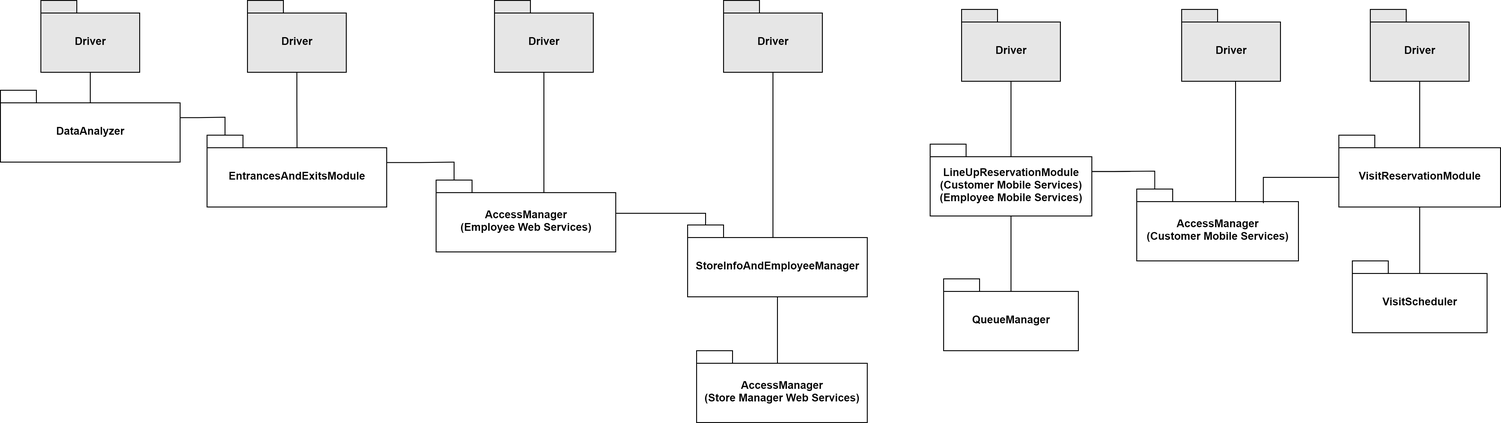
marcoDige/CLup keeps this draw.io diagram as DDworkspace/LaTeXproject/images/int_diagr9.png. Above is the earlier version. Source tidied: cells renumbered, new cells last; positions are measured from the earlier drawing's top-left corner, leaving out a move shared by most shapes.
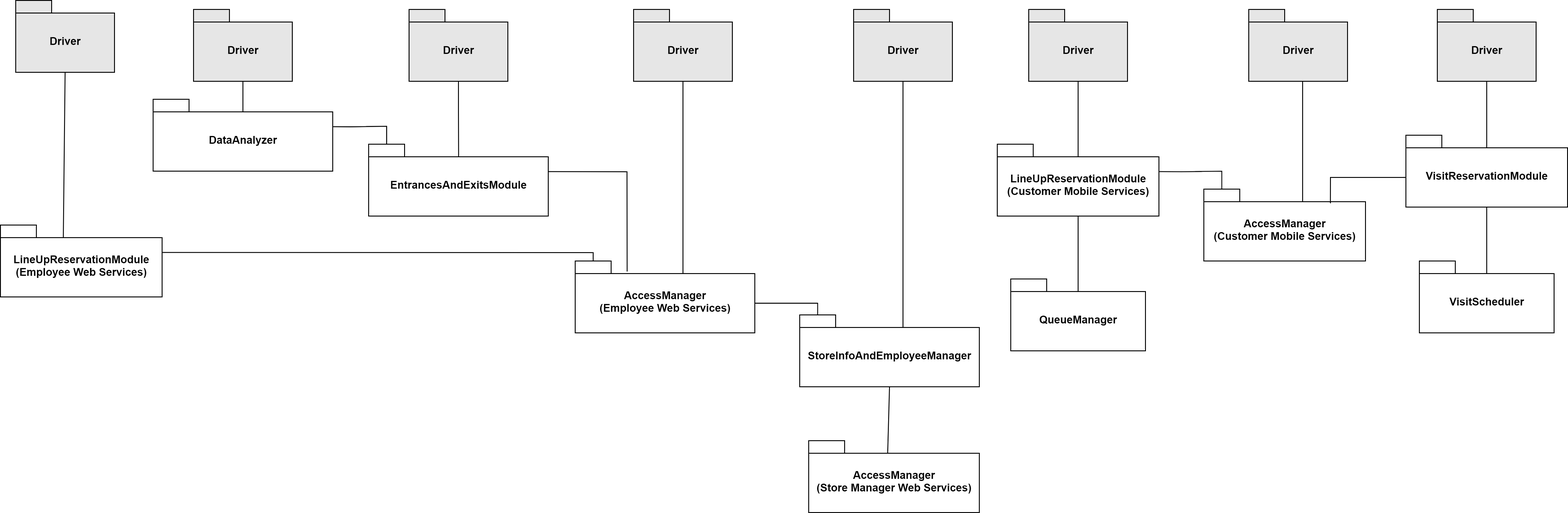
The same diagram one commit later.

Change to the diagram source:
```diff
@@ -2,81 +2,21 @@
   <root>
     <mxCell id="0" />
     <mxCell id="1" parent="0" />
-    <mxCell id="2" value="Driver" style="shape=folder;fontStyle=1;spacingTop=10;tabWidth=40;tabHeight=14;tabPosition=left;html=1;fillColor=#E6E6E6;" parent="1" vertex="1">
-      <mxGeometry x="805" width="110" height="80" as="geometry" />
-    </mxCell>
-    <mxCell id="3" style="edgeStyle=orthogonalEdgeStyle;rounded=0;jettySize=auto;html=1;entryX=0.5;entryY=1;entryDx=0;entryDy=0;entryPerimeter=0;endArrow=none;endFill=0;exitX=0.461;exitY=0.17;exitDx=0;exitDy=0;exitPerimeter=0;" parent="1" edge="1" source="4" target="6">
-      <mxGeometry relative="1" as="geometry">
-        <Array as="points">
-          <mxPoint x="865" y="414" />
-        </Array>
-      </mxGeometry>
-    </mxCell>
-    <mxCell id="4" value="AccessManager&lt;br&gt;(Store Manager Web Services)" style="shape=folder;fontStyle=1;spacingTop=10;tabWidth=40;tabHeight=14;tabPosition=left;html=1;fillColor=#FFFFFF;" parent="1" vertex="1">
-      <mxGeometry x="775" y="390" width="190" height="80" as="geometry" />
-    </mxCell>
-    <mxCell id="5" style="edgeStyle=orthogonalEdgeStyle;rounded=0;jettySize=auto;html=1;exitX=0;exitY=0;exitDx=120;exitDy=14;exitPerimeter=0;entryX=0.5;entryY=1;entryDx=0;entryDy=0;entryPerimeter=0;endArrow=none;endFill=0;" parent="1" edge="1" source="6" target="2">
-      <mxGeometry relative="1" as="geometry">
-        <Array as="points">
-          <mxPoint x="860" y="264" />
-        </Array>
-      </mxGeometry>
-    </mxCell>
-    <mxCell id="6" value="StoreInfoAndEmployeeManager" style="shape=folder;fontStyle=1;spacingTop=10;tabWidth=40;tabHeight=14;tabPosition=left;html=1;fillColor=#FFFFFF;" parent="1" vertex="1">
-      <mxGeometry x="765" y="250" width="200" height="80" as="geometry" />
-    </mxCell>
-    <mxCell id="7" style="edgeStyle=orthogonalEdgeStyle;rounded=0;jettySize=auto;html=1;exitX=0;exitY=0;exitDx=120;exitDy=14;exitPerimeter=0;entryX=0.5;entryY=1;entryDx=0;entryDy=0;entryPerimeter=0;endArrow=none;endFill=0;" parent="1" edge="1" source="9" target="10">
-      <mxGeometry relative="1" as="geometry">
-        <Array as="points">
-          <mxPoint x="605" y="154" />
-        </Array>
-      </mxGeometry>
-    </mxCell>
-    <mxCell id="8" style="edgeStyle=orthogonalEdgeStyle;rounded=0;jettySize=auto;html=1;exitX=0;exitY=0;exitDx=200;exitDy=47;exitPerimeter=0;endArrow=none;endFill=0;entryX=0;entryY=0;entryDx=20;entryDy=0;entryPerimeter=0;" parent="1" edge="1" source="9" target="6">
-      <mxGeometry relative="1" as="geometry">
-        <Array as="points">
-          <mxPoint x="785" y="237" />
-        </Array>
-      </mxGeometry>
-    </mxCell>
-    <mxCell id="9" value="AccessManager&lt;br&gt;(Employee Web Services)" style="shape=folder;fontStyle=1;spacingTop=10;tabWidth=40;tabHeight=14;tabPosition=left;html=1;fillColor=#FFFFFF;" parent="1" vertex="1">
-      <mxGeometry x="485" y="200" width="200" height="80" as="geometry" />
-    </mxCell>
-    <mxCell id="10" value="Driver" style="shape=folder;fontStyle=1;spacingTop=10;tabWidth=40;tabHeight=14;tabPosition=left;html=1;fillColor=#E6E6E6;" parent="1" vertex="1">
-      <mxGeometry x="550" width="110" height="80" as="geometry" />
-    </mxCell>
-    <mxCell id="11" style="edgeStyle=orthogonalEdgeStyle;rounded=0;jettySize=auto;html=1;exitX=0.5;exitY=1;exitDx=0;exitDy=0;exitPerimeter=0;entryX=0.501;entryY=0.17;entryDx=0;entryDy=0;entryPerimeter=0;endArrow=none;endFill=0;" parent="1" edge="1" source="12" target="14">
-      <mxGeometry relative="1" as="geometry" />
-    </mxCell>
-    <mxCell id="12" value="Driver" style="shape=folder;fontStyle=1;spacingTop=10;tabWidth=40;tabHeight=14;tabPosition=left;html=1;fillColor=#E6E6E6;" parent="1" vertex="1">
-      <mxGeometry x="275" width="110" height="80" as="geometry" />
-    </mxCell>
-    <mxCell id="13" style="edgeStyle=orthogonalEdgeStyle;rounded=0;jettySize=auto;html=1;exitX=0;exitY=0;exitDx=200;exitDy=30.5;exitPerimeter=0;entryX=0;entryY=0;entryDx=20;entryDy=0;entryPerimeter=0;endArrow=none;endFill=0;" parent="1" edge="1" source="14" target="9">
-      <mxGeometry relative="1" as="geometry">
-        <Array as="points">
-          <mxPoint x="468" y="181" />
-          <mxPoint x="525" y="180" />
-        </Array>
-      </mxGeometry>
-    </mxCell>
-    <mxCell id="14" value="EntrancesAndExitsModule" style="shape=folder;fontStyle=1;spacingTop=10;tabWidth=40;tabHeight=14;tabPosition=left;html=1;fillColor=#FFFFFF;" parent="1" vertex="1">
-      <mxGeometry x="230" y="150" width="200" height="80" as="geometry" />
-    </mxCell>
     <mxCell id="15" style="edgeStyle=orthogonalEdgeStyle;rounded=0;jettySize=auto;html=1;exitX=0.5;exitY=1;exitDx=0;exitDy=0;exitPerimeter=0;entryX=0;entryY=0;entryDx=120;entryDy=14;entryPerimeter=0;endArrow=none;endFill=0;" parent="1" edge="1" source="16" target="18">
       <mxGeometry relative="1" as="geometry">
         <Array as="points">
-          <mxPoint x="100" y="114" />
+          <mxPoint x="195" y="124" />
         </Array>
       </mxGeometry>
     </mxCell>
     <mxCell id="16" value="Driver" style="shape=folder;fontStyle=1;spacingTop=10;tabWidth=40;tabHeight=14;tabPosition=left;html=1;fillColor=#E6E6E6;" parent="1" vertex="1">
-      <mxGeometry x="45" width="110" height="80" as="geometry" />
+      <mxGeometry x="140" y="10" width="110" height="80" as="geometry" />
     </mxCell>
     <mxCell id="17" style="edgeStyle=orthogonalEdgeStyle;rounded=0;jettySize=auto;html=1;exitX=0;exitY=0;exitDx=200;exitDy=30.5;exitPerimeter=0;entryX=0;entryY=0;entryDx=20;entryDy=0;entryPerimeter=0;endArrow=none;endFill=0;" parent="1" edge="1" source="18" target="14">
       <mxGeometry relative="1" as="geometry" />
     </mxCell>
     <mxCell id="18" value="DataAnalyzer" style="shape=folder;fontStyle=1;spacingTop=10;tabWidth=40;tabHeight=14;tabPosition=left;html=1;fillColor=#FFFFFF;" parent="1" vertex="1">
-      <mxGeometry y="100" width="200" height="80" as="geometry" />
+      <mxGeometry x="95" y="110" width="200" height="80" as="geometry" />
     </mxCell>
     <mxCell id="19" value="AccessManager&lt;br&gt;(Customer Mobile Services)" style="shape=folder;fontStyle=1;spacingTop=10;tabWidth=40;tabHeight=14;tabPosition=left;html=1;fillColor=#FFFFFF;" parent="1" vertex="1">
       <mxGeometry x="1265" y="210" width="180" height="80" as="geometry" />
@@ -147,8 +87,87 @@
     <mxCell id="32" style="edgeStyle=orthogonalEdgeStyle;rounded=0;jettySize=auto;html=1;exitX=0;exitY=0;exitDx=180;exitDy=30.5;exitPerimeter=0;entryX=0;entryY=0;entryDx=20;entryDy=0;entryPerimeter=0;endArrow=none;endFill=0;" parent="1" edge="1" source="33" target="19">
       <mxGeometry relative="1" as="geometry" />
     </mxCell>
-    <mxCell id="33" value="LineUpReservationModule&lt;br&gt;(Customer Mobile Services)&lt;br&gt;(Employee Mobile Services)" style="shape=folder;fontStyle=1;spacingTop=10;tabWidth=40;tabHeight=14;tabPosition=left;html=1;fillColor=#FFFFFF;" parent="1" vertex="1">
+    <mxCell id="33" value="LineUpReservationModule&lt;br&gt;(Customer Mobile Services)" style="shape=folder;fontStyle=1;spacingTop=10;tabWidth=40;tabHeight=14;tabPosition=left;html=1;fillColor=#FFFFFF;" parent="1" vertex="1">
       <mxGeometry x="1035" y="160" width="180" height="80" as="geometry" />
     </mxCell>
+    <mxCell id="34" style="edgeStyle=orthogonalEdgeStyle;rounded=0;jettySize=auto;html=1;exitX=0.5;exitY=1;exitDx=0;exitDy=0;exitPerimeter=0;entryX=0.501;entryY=0.17;entryDx=0;entryDy=0;entryPerimeter=0;endArrow=none;endFill=0;" parent="1" edge="1" source="35" target="14">
+      <mxGeometry relative="1" as="geometry" />
+    </mxCell>
+    <mxCell id="35" value="Driver" style="shape=folder;fontStyle=1;spacingTop=10;tabWidth=40;tabHeight=14;tabPosition=left;html=1;fillColor=#E6E6E6;" parent="1" vertex="1">
+      <mxGeometry x="380" y="10" width="110" height="80" as="geometry" />
+    </mxCell>
+    <mxCell id="13" style="edgeStyle=orthogonalEdgeStyle;rounded=0;jettySize=auto;html=1;exitX=0;exitY=0;exitDx=200;exitDy=30.5;exitPerimeter=0;entryX=0.289;entryY=0.146;entryDx=0;entryDy=0;entryPerimeter=0;endArrow=none;endFill=0;" parent="1" edge="1" source="14" target="9">
+      <mxGeometry relative="1" as="geometry">
+        <Array as="points">
+          <mxPoint x="623" y="191" />
+        </Array>
+      </mxGeometry>
+    </mxCell>
+    <mxCell id="14" value="EntrancesAndExitsModule" style="shape=folder;fontStyle=1;spacingTop=10;tabWidth=40;tabHeight=14;tabPosition=left;html=1;fillColor=#FFFFFF;" parent="1" vertex="1">
+      <mxGeometry x="335" y="160" width="200" height="80" as="geometry" />
+    </mxCell>
+    <mxCell id="36" value="Driver" style="shape=folder;fontStyle=1;spacingTop=10;tabWidth=40;tabHeight=14;tabPosition=left;html=1;fillColor=#E6E6E6;" parent="1" vertex="1">
+      <mxGeometry x="875" y="10" width="110" height="80" as="geometry" />
+    </mxCell>
+    <mxCell id="3" style="edgeStyle=orthogonalEdgeStyle;rounded=0;jettySize=auto;html=1;entryX=0.5;entryY=1;entryDx=0;entryDy=0;entryPerimeter=0;endArrow=none;endFill=0;exitX=0.461;exitY=0.17;exitDx=0;exitDy=0;exitPerimeter=0;" parent="1" edge="1" source="4" target="6">
+      <mxGeometry relative="1" as="geometry">
+        <Array as="points">
+          <mxPoint x="915" y="514" />
+        </Array>
+      </mxGeometry>
+    </mxCell>
+    <mxCell id="4" value="AccessManager&lt;br&gt;(Store Manager Web Services)" style="shape=folder;fontStyle=1;spacingTop=10;tabWidth=40;tabHeight=14;tabPosition=left;html=1;fillColor=#FFFFFF;" parent="1" vertex="1">
+      <mxGeometry x="825" y="490" width="190" height="80" as="geometry" />
+    </mxCell>
+    <mxCell id="37" style="edgeStyle=orthogonalEdgeStyle;rounded=0;jettySize=auto;html=1;exitX=0;exitY=0;exitDx=120;exitDy=14;exitPerimeter=0;entryX=0.5;entryY=1;entryDx=0;entryDy=0;entryPerimeter=0;endArrow=none;endFill=0;" parent="1" edge="1" source="6" target="36">
+      <mxGeometry relative="1" as="geometry">
+        <Array as="points">
+          <mxPoint x="930" y="364" />
+        </Array>
+      </mxGeometry>
+    </mxCell>
+    <mxCell id="6" value="StoreInfoAndEmployeeManager" style="shape=folder;fontStyle=1;spacingTop=10;tabWidth=40;tabHeight=14;tabPosition=left;html=1;fillColor=#FFFFFF;" parent="1" vertex="1">
+      <mxGeometry x="815" y="350" width="200" height="80" as="geometry" />
+    </mxCell>
+    <mxCell id="38" style="edgeStyle=orthogonalEdgeStyle;rounded=0;jettySize=auto;html=1;exitX=0;exitY=0;exitDx=120;exitDy=14;exitPerimeter=0;entryX=0.5;entryY=1;entryDx=0;entryDy=0;entryPerimeter=0;endArrow=none;endFill=0;" parent="1" edge="1" source="9" target="39">
+      <mxGeometry relative="1" as="geometry">
+        <Array as="points">
+          <mxPoint x="685" y="164" />
+        </Array>
+      </mxGeometry>
+    </mxCell>
+    <mxCell id="8" style="edgeStyle=orthogonalEdgeStyle;rounded=0;jettySize=auto;html=1;exitX=0;exitY=0;exitDx=200;exitDy=47;exitPerimeter=0;endArrow=none;endFill=0;entryX=0;entryY=0;entryDx=20;entryDy=0;entryPerimeter=0;" parent="1" edge="1" source="9" target="6">
+      <mxGeometry relative="1" as="geometry">
+        <Array as="points">
+          <mxPoint x="835" y="337" />
+        </Array>
+      </mxGeometry>
+    </mxCell>
+    <mxCell id="9" value="AccessManager&lt;br&gt;(Employee Web Services)" style="shape=folder;fontStyle=1;spacingTop=10;tabWidth=40;tabHeight=14;tabPosition=left;html=1;fillColor=#FFFFFF;" parent="1" vertex="1">
+      <mxGeometry x="565" y="290" width="200" height="80" as="geometry" />
+    </mxCell>
+    <mxCell id="39" value="Driver" style="shape=folder;fontStyle=1;spacingTop=10;tabWidth=40;tabHeight=14;tabPosition=left;html=1;fillColor=#E6E6E6;" parent="1" vertex="1">
+      <mxGeometry x="630" y="10" width="110" height="80" as="geometry" />
+    </mxCell>
+    <mxCell id="40" style="edgeStyle=orthogonalEdgeStyle;rounded=0;jettySize=auto;html=1;exitX=0;exitY=0;exitDx=180;exitDy=30.5;exitPerimeter=0;entryX=0;entryY=0;entryDx=20;entryDy=0;entryPerimeter=0;endArrow=none;endFill=0;" parent="1" edge="1" source="41" target="9">
+      <mxGeometry relative="1" as="geometry">
+        <Array as="points">
+          <mxPoint x="585" y="281" />
+        </Array>
+      </mxGeometry>
+    </mxCell>
+    <mxCell id="41" value="LineUpReservationModule&lt;br&gt;(Employee Web Services)" style="shape=folder;fontStyle=1;spacingTop=10;tabWidth=40;tabHeight=14;tabPosition=left;html=1;fillColor=#FFFFFF;" parent="1" vertex="1">
+      <mxGeometry x="-75" y="250" width="180" height="80" as="geometry" />
+    </mxCell>
+    <mxCell id="42" style="edgeStyle=orthogonalEdgeStyle;rounded=0;jettySize=auto;html=1;exitX=0.5;exitY=1;exitDx=0;exitDy=0;exitPerimeter=0;entryX=0;entryY=0;entryDx=110;entryDy=14;entryPerimeter=0;endArrow=none;endFill=0;" parent="1" edge="1" source="43" target="41">
+      <mxGeometry relative="1" as="geometry">
+        <Array as="points">
+          <mxPoint x="-5" y="80" />
+        </Array>
+      </mxGeometry>
+    </mxCell>
+    <mxCell id="43" value="Driver" style="shape=folder;fontStyle=1;spacingTop=10;tabWidth=40;tabHeight=14;tabPosition=left;html=1;fillColor=#E6E6E6;" parent="1" vertex="1">
+      <mxGeometry x="-58" width="110" height="80" as="geometry" />
+    </mxCell>
   </root>
 </mxGraphModel>
```
